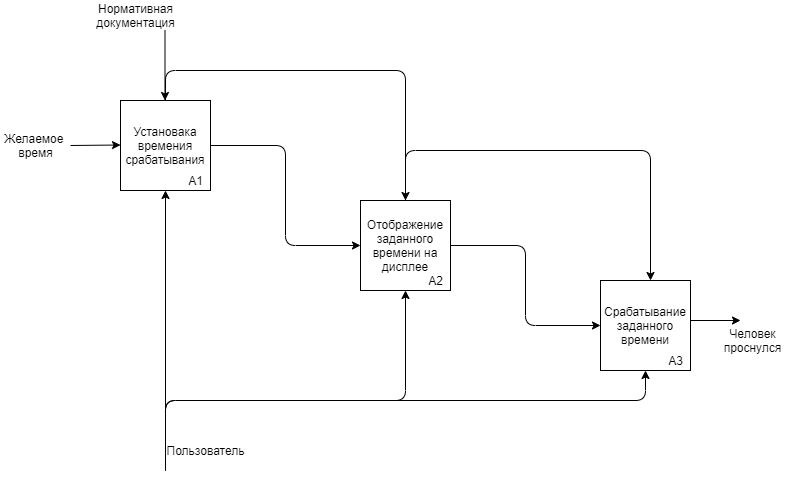
Before: IDEF0_2.png, a diagram exported from draw.io (krimberg/Alarm-clock). Source tidied: cells renumbered, new cells last; positions are measured from the earlier drawing's top-left corner, leaving out a move shared by most shapes.
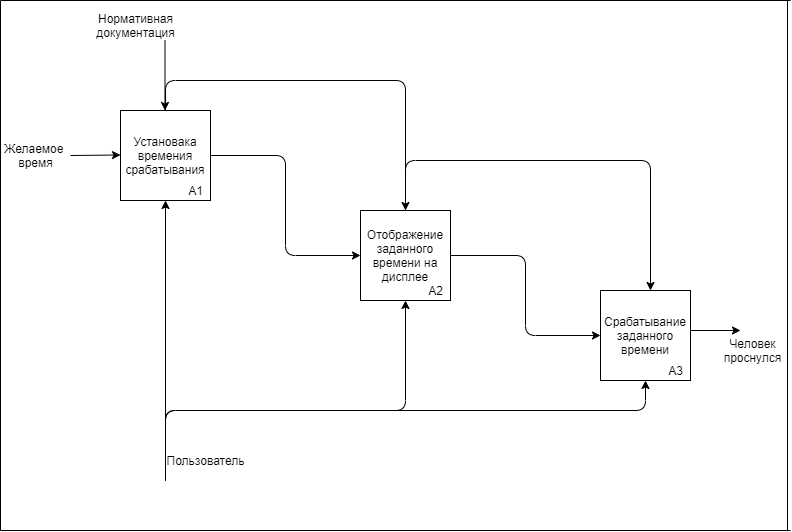
After the change.

Diff of the diagram source:
```diff
@@ -96,5 +96,29 @@
     <mxCell id="21" value="Пользователь&lt;br&gt;" style="text;html=1;align=center;verticalAlign=middle;" parent="1" vertex="1">
       <mxGeometry x="160" y="440" width="90" height="20" as="geometry" />
     </mxCell>
+    <mxCell id="22" style="endArrow=none;html=1;" parent="1" edge="1">
+      <mxGeometry relative="1" as="geometry">
+        <mxPoint y="520" as="sourcePoint" />
+        <mxPoint x="790" y="520" as="targetPoint" />
+      </mxGeometry>
+    </mxCell>
+    <mxCell id="23" style="endArrow=none;html=1;" parent="1" edge="1">
+      <mxGeometry relative="1" as="geometry">
+        <mxPoint y="-10" as="sourcePoint" />
+        <mxPoint x="790" y="-10" as="targetPoint" />
+      </mxGeometry>
+    </mxCell>
+    <mxCell id="24" style="endArrow=none;html=1;" parent="1" edge="1">
+      <mxGeometry relative="1" as="geometry">
+        <mxPoint y="520" as="sourcePoint" />
+        <mxPoint y="-10" as="targetPoint" />
+      </mxGeometry>
+    </mxCell>
+    <mxCell id="25" style="endArrow=none;html=1;" parent="1" edge="1">
+      <mxGeometry relative="1" as="geometry">
+        <mxPoint x="787" y="520" as="sourcePoint" />
+        <mxPoint x="787" y="-10" as="targetPoint" />
+      </mxGeometry>
+    </mxCell>
   </root>
 </mxGraphModel>
```
